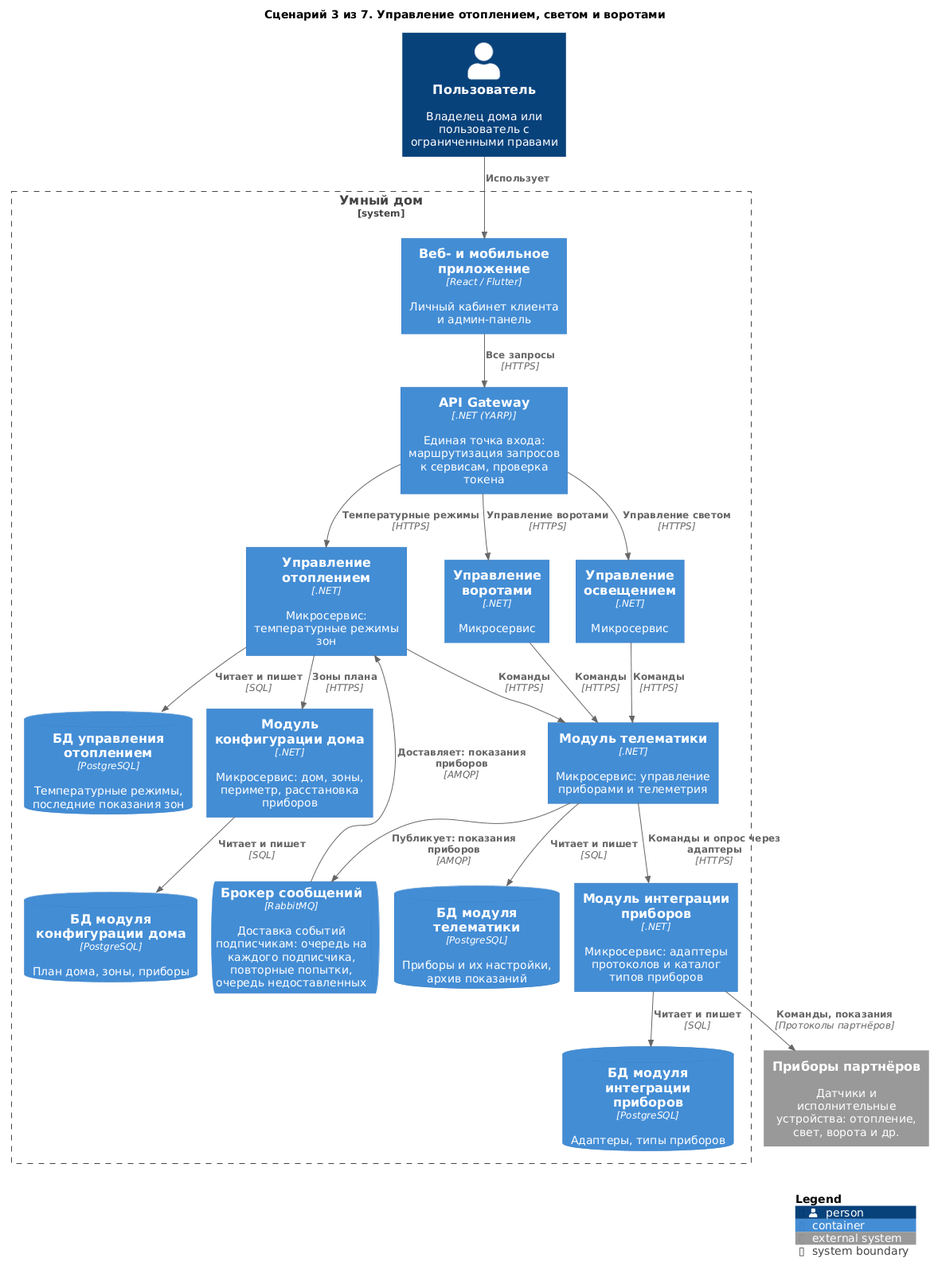
Above: diagrams/containers-scenarios/03-device-control.png in Lyamin-av/architecture-warmhouse (PlantUML), before the change.
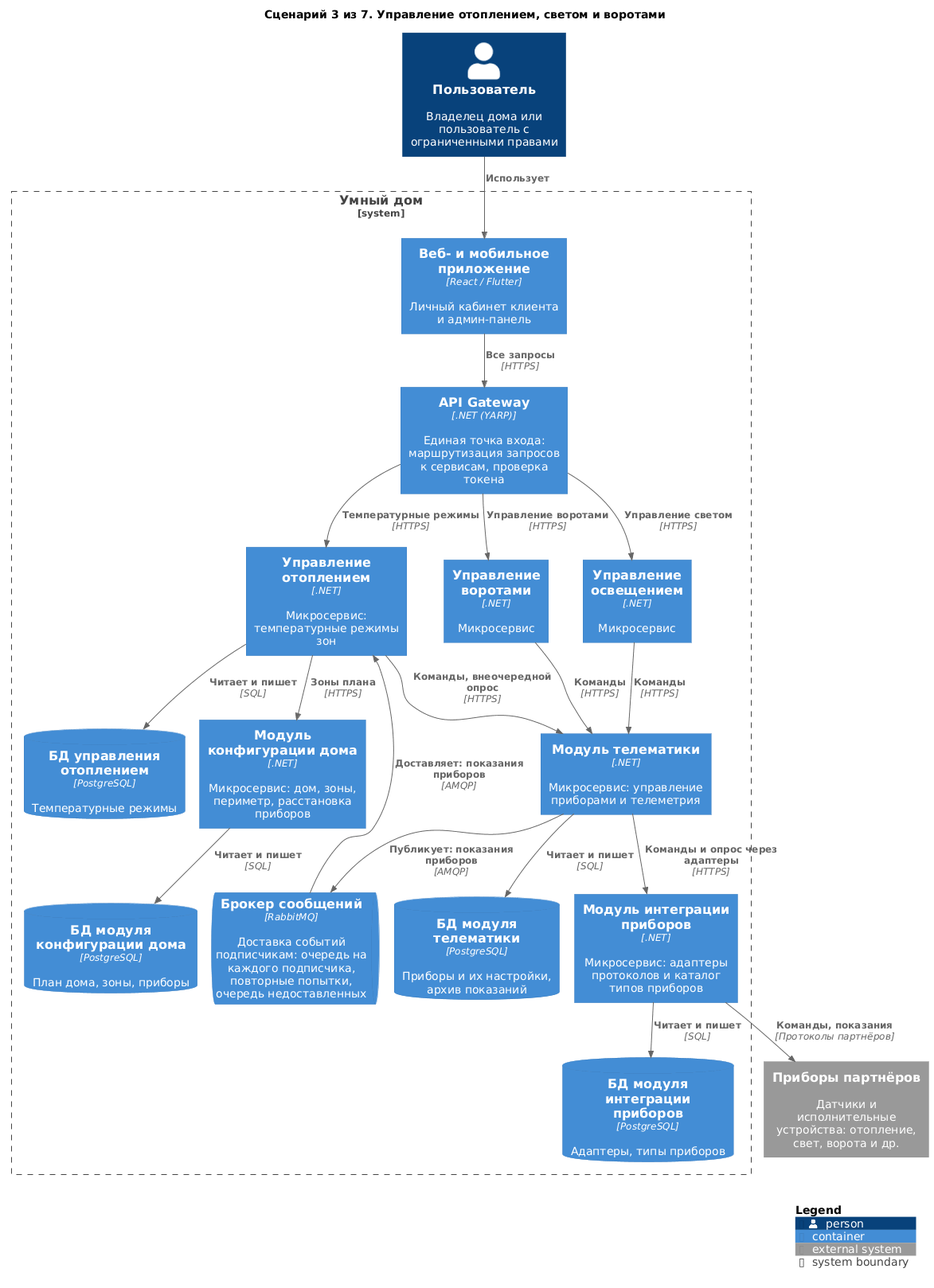
Later version of the same file.

Commit message:
Отопление: при смене цели внеочередной опрос текущей температуры

Diff of the diagram source:
```diff
@@ -15,7 +15,7 @@
     Container(Telematics, "Модуль телематики", ".NET", "Микросервис: управление приборами и телеметрия")
     Container(DeviceIntegration, "Модуль интеграции приборов", ".NET", "Микросервис: адаптеры протоколов и каталог типов приборов")
     ContainerQueue(Broker, "Брокер сообщений", "RabbitMQ", "Доставка событий подписчикам: очередь на каждого подписчика, повторные попытки, очередь недоставленных")
-    ContainerDb(dbHeating, "БД управления отоплением", "PostgreSQL", "Температурные режимы, последние показания зон")
+    ContainerDb(dbHeating, "БД управления отоплением", "PostgreSQL", "Температурные режимы")
     ContainerDb(dbTelematics, "БД модуля телематики", "PostgreSQL", "Приборы и их настройки, архив показаний")
     ContainerDb(dbDIS, "БД модуля интеграции приборов", "PostgreSQL", "Адаптеры, типы приборов")
     ContainerDb(dbHC, "БД модуля конфигурации дома", "PostgreSQL", "План дома, зоны, приборы")
@@ -29,7 +29,7 @@
 Rel(Gateway, Lighting, "Управление светом", "HTTPS")
 Rel(Gateway, GateControl, "Управление воротами", "HTTPS")
 Rel(Heating, HouseConfigurator, "Зоны плана", "HTTPS")
-Rel(Heating, Telematics, "Команды", "HTTPS")
+Rel(Heating, Telematics, "Команды, внеочередной опрос", "HTTPS")
 Rel(Telematics, Broker, "Публикует: показания приборов", "AMQP")
 Rel(Broker, Heating, "Доставляет: показания приборов", "AMQP")
 Rel(Lighting, Telematics, "Команды", "HTTPS")
```
